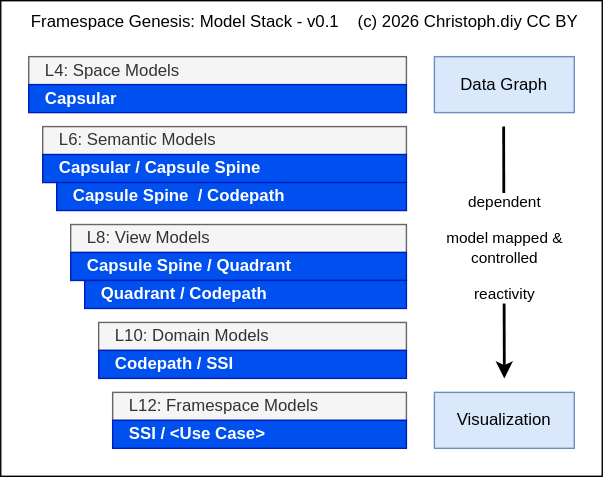
Before: docs/ModelStack.svg, a diagram exported from draw.io (Stream44/FramespaceGenesis). Source tidied: cells renumbered, new cells last; positions are measured from the earlier drawing's top-left corner, leaving out a move shared by most shapes.
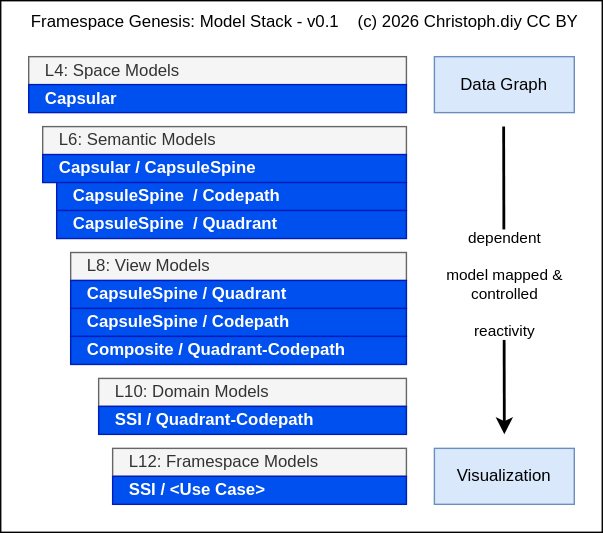
The same file after the commit.

Change to the diagram source:
```diff
@@ -3,7 +3,7 @@
     <mxCell id="0" />
     <mxCell id="1" parent="0" />
     <mxCell id="2" style="rounded=0;whiteSpace=wrap;html=1;" parent="1" vertex="1">
-      <mxGeometry width="430" height="340" as="geometry" />
+      <mxGeometry width="430" height="380" as="geometry" />
     </mxCell>
     <mxCell id="3" value="L4: Space Models" style="rounded=0;whiteSpace=wrap;html=1;fillColor=#f5f5f5;fontColor=#333333;strokeColor=#666666;align=left;spacingLeft=10;" parent="1" vertex="1">
       <mxGeometry x="20" y="40" width="270" height="20" as="geometry" />
@@ -12,39 +12,36 @@
       <mxGeometry x="30" y="90" width="260" height="20" as="geometry" />
     </mxCell>
     <mxCell id="5" value="L8: View Models" style="rounded=0;whiteSpace=wrap;html=1;fillColor=#f5f5f5;fontColor=#333333;strokeColor=#666666;align=left;spacingLeft=10;" parent="1" vertex="1">
-      <mxGeometry x="50" y="160" width="240" height="20" as="geometry" />
+      <mxGeometry x="50" y="180" width="240" height="20" as="geometry" />
     </mxCell>
     <mxCell id="6" value="L10: Domain Models" style="rounded=0;whiteSpace=wrap;html=1;fillColor=#f5f5f5;fontColor=#333333;strokeColor=#666666;align=left;spacingLeft=10;" parent="1" vertex="1">
-      <mxGeometry x="70" y="230" width="220" height="20" as="geometry" />
+      <mxGeometry x="70" y="270" width="220" height="20" as="geometry" />
     </mxCell>
     <mxCell id="7" value="Capsular" style="rounded=0;whiteSpace=wrap;html=1;fillColor=#0050ef;fontColor=#ffffff;strokeColor=#001DBC;fontStyle=1;align=left;spacingLeft=10;" parent="1" vertex="1">
       <mxGeometry x="20" y="60" width="270" height="20" as="geometry" />
     </mxCell>
-    <mxCell id="8" value="Capsular / Capsule Spine" style="rounded=0;whiteSpace=wrap;html=1;fillColor=#0050ef;fontColor=#ffffff;strokeColor=#001DBC;fontStyle=1;align=left;spacingLeft=10;" parent="1" vertex="1">
+    <mxCell id="8" value="Capsular / CapsuleSpine" style="rounded=0;whiteSpace=wrap;html=1;fillColor=#0050ef;fontColor=#ffffff;strokeColor=#001DBC;fontStyle=1;align=left;spacingLeft=10;" parent="1" vertex="1">
       <mxGeometry x="30" y="110" width="260" height="20" as="geometry" />
     </mxCell>
-    <mxCell id="9" value="Capsule Spine&amp;nbsp; / Codepath" style="rounded=0;whiteSpace=wrap;html=1;fillColor=#0050ef;fontColor=#ffffff;strokeColor=#001DBC;fontStyle=1;align=left;spacingLeft=10;" parent="1" vertex="1">
+    <mxCell id="9" value="CapsuleSpine&amp;nbsp; / Codepath" style="rounded=0;whiteSpace=wrap;html=1;fillColor=#0050ef;fontColor=#ffffff;strokeColor=#001DBC;fontStyle=1;align=left;spacingLeft=10;" parent="1" vertex="1">
       <mxGeometry x="40" y="130" width="250" height="20" as="geometry" />
     </mxCell>
-    <mxCell id="10" value="Capsule Spine / Quadrant" style="rounded=0;whiteSpace=wrap;html=1;fillColor=#0050ef;fontColor=#ffffff;strokeColor=#001DBC;fontStyle=1;align=left;spacingLeft=10;" parent="1" vertex="1">
-      <mxGeometry x="50" y="180" width="240" height="20" as="geometry" />
+    <mxCell id="10" value="CapsuleSpine / Quadrant" style="rounded=0;whiteSpace=wrap;html=1;fillColor=#0050ef;fontColor=#ffffff;strokeColor=#001DBC;fontStyle=1;align=left;spacingLeft=10;" parent="1" vertex="1">
+      <mxGeometry x="50" y="200" width="240" height="20" as="geometry" />
     </mxCell>
-    <mxCell id="11" value="Quadrant / Codepath" style="rounded=0;whiteSpace=wrap;html=1;fillColor=#0050ef;fontColor=#ffffff;strokeColor=#001DBC;fontStyle=1;align=left;spacingLeft=10;" parent="1" vertex="1">
-      <mxGeometry x="60" y="200" width="230" height="20" as="geometry" />
-    </mxCell>
-    <mxCell id="12" value="Codepath / SSI" style="rounded=0;whiteSpace=wrap;html=1;fillColor=#0050ef;fontColor=#ffffff;strokeColor=#001DBC;fontStyle=1;align=left;spacingLeft=10;" parent="1" vertex="1">
-      <mxGeometry x="70" y="250" width="220" height="20" as="geometry" />
+    <mxCell id="12" value="SSI / Quadrant-Codepath" style="rounded=0;whiteSpace=wrap;html=1;fillColor=#0050ef;fontColor=#ffffff;strokeColor=#001DBC;fontStyle=1;align=left;spacingLeft=10;" parent="1" vertex="1">
+      <mxGeometry x="70" y="290" width="220" height="20" as="geometry" />
     </mxCell>
     <mxCell id="13" value="L12: Framespace Models" style="rounded=0;whiteSpace=wrap;html=1;fillColor=#f5f5f5;fontColor=#333333;strokeColor=#666666;align=left;spacingLeft=10;" parent="1" vertex="1">
-      <mxGeometry x="80" y="280" width="210" height="20" as="geometry" />
+      <mxGeometry x="80" y="320" width="210" height="20" as="geometry" />
     </mxCell>
     <mxCell id="14" value="SSI / &amp;lt;Use Case&amp;gt;" style="rounded=0;whiteSpace=wrap;html=1;fillColor=#0050ef;fontColor=#ffffff;strokeColor=#001DBC;fontStyle=1;align=left;spacingLeft=10;" parent="1" vertex="1">
-      <mxGeometry x="80" y="300" width="210" height="20" as="geometry" />
+      <mxGeometry x="80" y="340" width="210" height="20" as="geometry" />
     </mxCell>
     <mxCell id="15" style="endArrow=classic;html=1;rounded=0;strokeWidth=2;" parent="1" edge="1">
       <mxGeometry relative="1" as="geometry">
         <mxPoint x="359.5" y="90" as="sourcePoint" />
-        <mxPoint x="360" y="270" as="targetPoint" />
+        <mxPoint x="360" y="310" as="targetPoint" />
       </mxGeometry>
     </mxCell>
     <mxCell id="16" value="dependent&lt;div&gt;&lt;br&gt;&lt;/div&gt;&lt;div&gt;model&amp;nbsp;&lt;span style=&quot;background-color: light-dark(#ffffff, var(--ge-dark-color, #121212)); color: light-dark(rgb(0, 0, 0), rgb(255, 255, 255));&quot;&gt;mapped &amp;amp;&lt;/span&gt;&lt;/div&gt;&lt;div&gt;controlled&lt;br&gt;&lt;div&gt;&lt;br&gt;reactivity&lt;/div&gt;&lt;/div&gt;" style="edgeLabel;html=1;align=center;verticalAlign=middle;" parent="15" vertex="1">
@@ -56,7 +53,7 @@
       <mxGeometry x="310" y="40" width="100" height="40" as="geometry" />
     </mxCell>
     <mxCell id="18" value="Visualization" style="rounded=0;whiteSpace=wrap;html=1;fillColor=#dae8fc;strokeColor=#6c8ebf;" parent="1" vertex="1">
-      <mxGeometry x="310" y="280" width="100" height="40" as="geometry" />
+      <mxGeometry x="310" y="320" width="100" height="40" as="geometry" />
     </mxCell>
     <mxCell id="19" value="(c) 2026 &lt;a href=&quot;https://christoph.diy&quot;&gt;Christoph.diy&lt;/a&gt;&amp;nbsp;CC BY" style="text;html=1;whiteSpace=wrap;strokeColor=none;fillColor=none;align=right;verticalAlign=middle;rounded=0;" parent="1" vertex="1">
       <mxGeometry x="230" width="185" height="30" as="geometry" />
@@ -64,5 +61,14 @@
     <mxCell id="20" value="Framespace Genesis: Model Stack - v0.1" style="text;html=1;whiteSpace=wrap;strokeColor=none;fillColor=none;align=left;verticalAlign=middle;rounded=0;" parent="1" vertex="1">
       <mxGeometry x="20" width="240" height="30" as="geometry" />
     </mxCell>
+    <mxCell id="21" value="CapsuleSpine&amp;nbsp; / Quadrant" style="rounded=0;whiteSpace=wrap;html=1;fillColor=#0050ef;fontColor=#ffffff;strokeColor=#001DBC;fontStyle=1;align=left;spacingLeft=10;" parent="1" vertex="1">
+      <mxGeometry x="40" y="150" width="250" height="20" as="geometry" />
+    </mxCell>
+    <mxCell id="22" value="CapsuleSpine / Codepath" style="rounded=0;whiteSpace=wrap;html=1;fillColor=#0050ef;fontColor=#ffffff;strokeColor=#001DBC;fontStyle=1;align=left;spacingLeft=10;" parent="1" vertex="1">
+      <mxGeometry x="50" y="220" width="240" height="20" as="geometry" />
+    </mxCell>
+    <mxCell id="23" value="Composite / Quadrant-Codepath" style="rounded=0;whiteSpace=wrap;html=1;fillColor=#0050ef;fontColor=#ffffff;strokeColor=#001DBC;fontStyle=1;align=left;spacingLeft=10;" parent="1" vertex="1">
+      <mxGeometry x="50" y="240" width="240" height="20" as="geometry" />
+    </mxCell>
   </root>
 </mxGraphModel>
```
